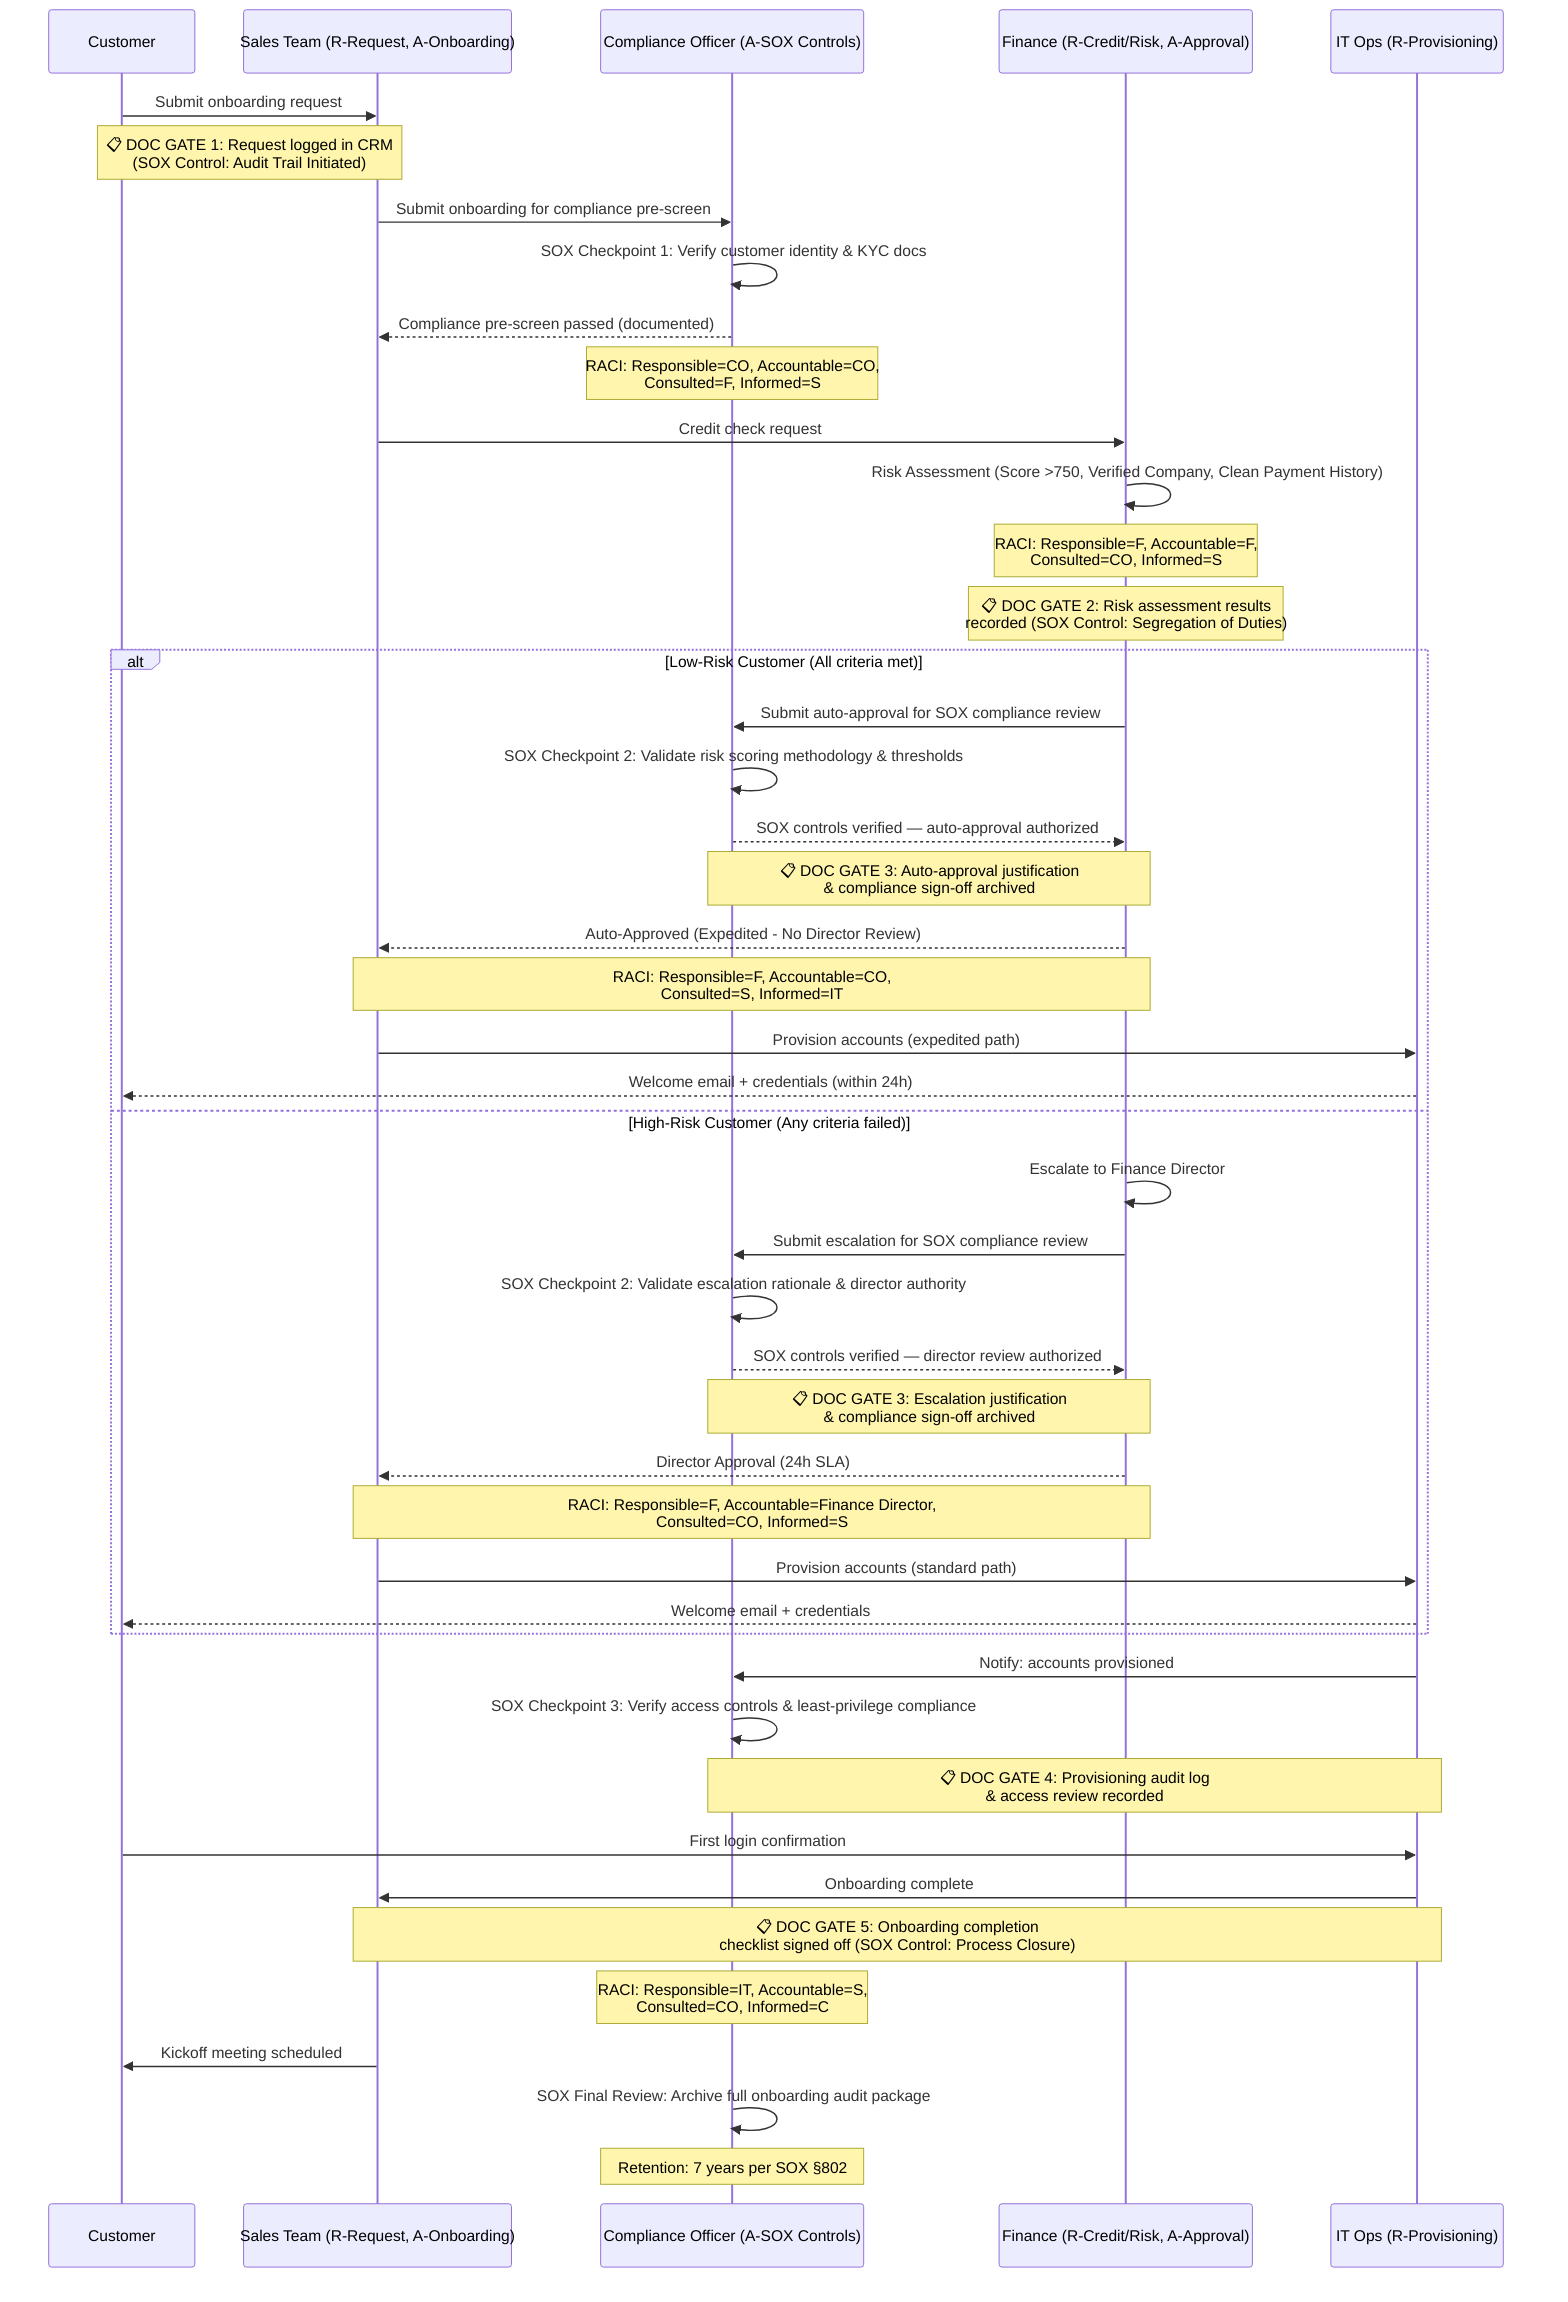
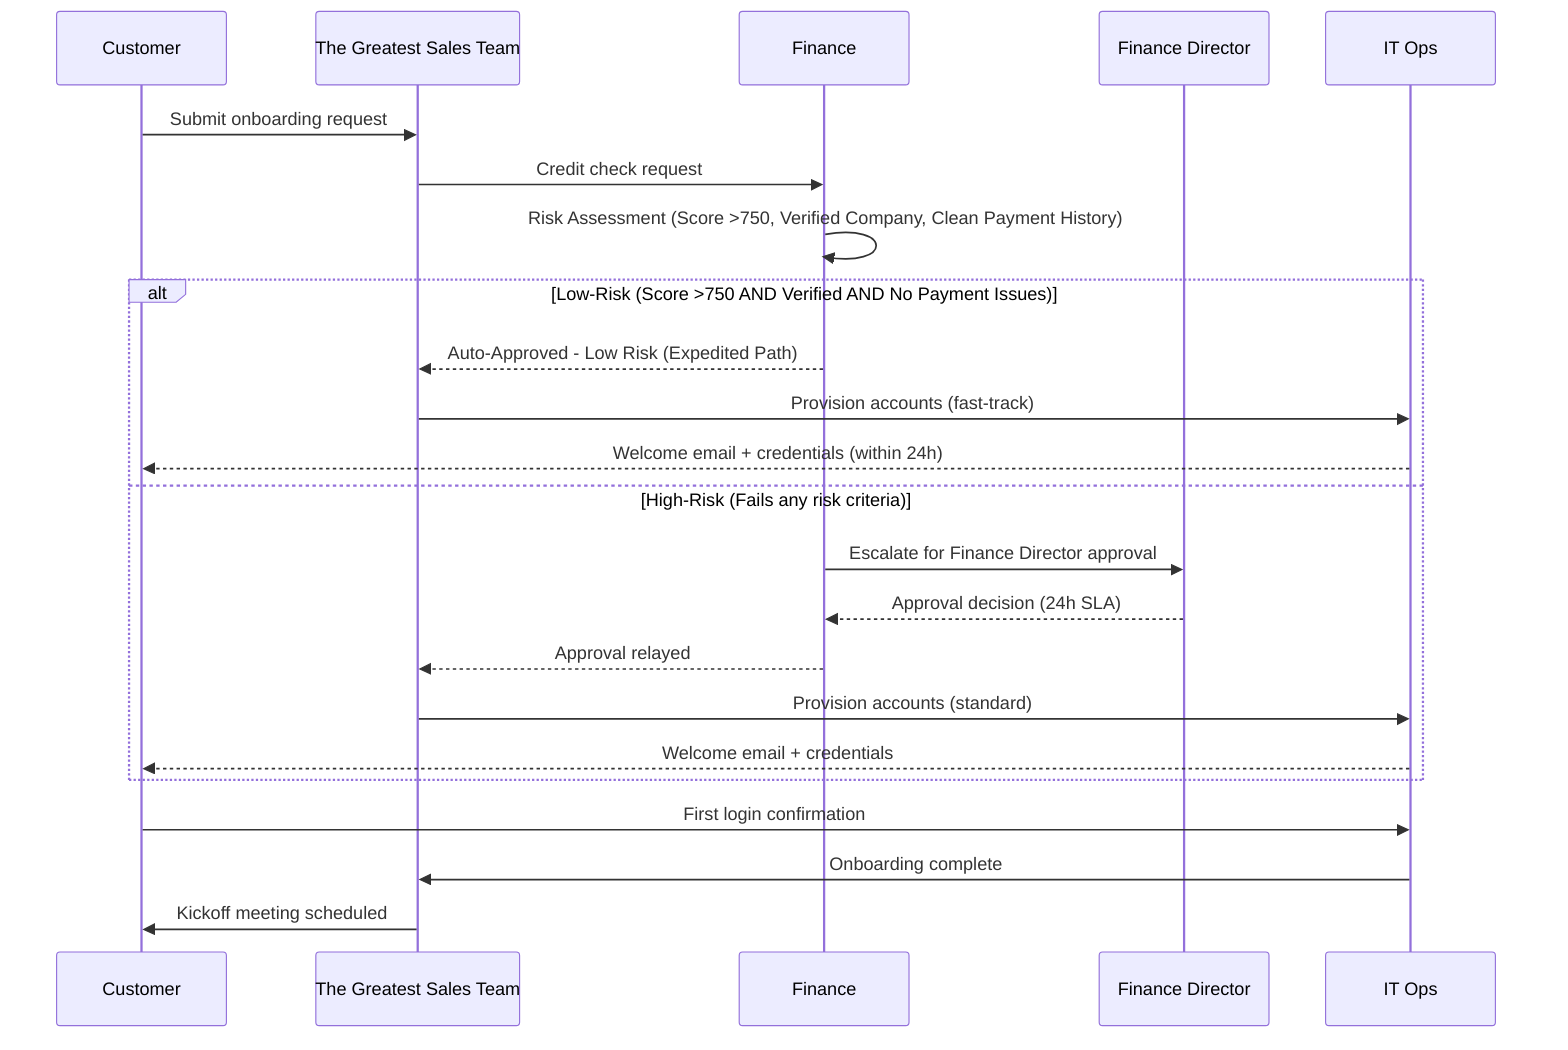
sequenceDiagram
    participant C as Customer
-     participant S as Sales Team (R-Request, A-Onboarding)
-     participant CO as Compliance Officer (A-SOX Controls)
-     participant F as Finance (R-Credit/Risk, A-Approval)
-     participant IT as IT Ops (R-Provisioning)
+     participant S as The Greatest Sales Team
+     participant F as Finance
+     participant FD as Finance Director
+     participant IT as IT Ops

    C->>S: Submit onboarding request
+     S->>F: Credit check request
+     F->>F: Risk Assessment (Score >750, Verified Company, Clean Payment History)

-     %% ⚡ CHANGED SECTION - Documentation Gate 1: Request Intake
-     Note over C,S: 📋 DOC GATE 1: Request logged in CRM<br/>(SOX Control: Audit Trail Initiated)
-     S->>CO: Submit onboarding for compliance pre-screen
-     CO->>CO: SOX Checkpoint 1: Verify customer identity & KYC docs
-     CO-->>S: Compliance pre-screen passed (documented)
-     Note over CO: RACI: Responsible=CO, Accountable=CO,<br/>Consulted=F, Informed=S
-     %% ⚡ END CHANGED SECTION
- 
-     S->>F: Credit check request
- 
-     %% ⚡ CHANGED SECTION - Risk assessment with SOX controls and expedited path
-     F->>F: Risk Assessment (Score >750, Verified Company, Clean Payment History)
-     Note over F: RACI: Responsible=F, Accountable=F,<br/>Consulted=CO, Informed=S
- 
-     Note over F: 📋 DOC GATE 2: Risk assessment results<br/>recorded (SOX Control: Segregation of Duties)
- 
-     alt Low-Risk Customer (All criteria met)
-         F->>CO: Submit auto-approval for SOX compliance review
-         CO->>CO: SOX Checkpoint 2: Validate risk scoring methodology & thresholds
-         CO-->>F: SOX controls verified — auto-approval authorized
-         Note over CO,F: 📋 DOC GATE 3: Auto-approval justification<br/>& compliance sign-off archived
-         F-->>S: Auto-Approved (Expedited - No Director Review)
-         Note over F,S: RACI: Responsible=F, Accountable=CO,<br/>Consulted=S, Informed=IT
-         S->>IT: Provision accounts (expedited path)
+     %% ⚡ CHANGED SECTION - Expedited path for low-risk customers
+     alt Low-Risk (Score >750 AND Verified AND No Payment Issues)
+         F-->>S: Auto-Approved - Low Risk (Expedited Path)
+         S->>IT: Provision accounts (fast-track)
        IT-->>C: Welcome email + credentials (within 24h)
-     else High-Risk Customer (Any criteria failed)
-         F->>F: Escalate to Finance Director
-         F->>CO: Submit escalation for SOX compliance review
-         CO->>CO: SOX Checkpoint 2: Validate escalation rationale & director authority
-         CO-->>F: SOX controls verified — director review authorized
-         Note over CO,F: 📋 DOC GATE 3: Escalation justification<br/>& compliance sign-off archived
-         F-->>S: Director Approval (24h SLA)
-         Note over F,S: RACI: Responsible=F, Accountable=Finance Director,<br/>Consulted=CO, Informed=S
-         S->>IT: Provision accounts (standard path)
+     else High-Risk (Fails any risk criteria)
+         F->>FD: Escalate for Finance Director approval
+         FD-->>F: Approval decision (24h SLA)
+         F-->>S: Approval relayed
+         S->>IT: Provision accounts (standard)
        IT-->>C: Welcome email + credentials
    end
    %% ⚡ END CHANGED SECTION

-     %% ⚡ CHANGED SECTION - Post-provisioning SOX checkpoint and final documentation
-     IT->>CO: Notify: accounts provisioned
-     CO->>CO: SOX Checkpoint 3: Verify access controls & least-privilege compliance
-     Note over CO,IT: 📋 DOC GATE 4: Provisioning audit log<br/>& access review recorded
- 
    C->>IT: First login confirmation
    IT->>S: Onboarding complete
- 
-     Note over S,IT: 📋 DOC GATE 5: Onboarding completion<br/>checklist signed off (SOX Control: Process Closure)
-     Note over CO: RACI: Responsible=IT, Accountable=S,<br/>Consulted=CO, Informed=C
- 
    S->>C: Kickoff meeting scheduled
-     CO->>CO: SOX Final Review: Archive full onboarding audit package
-     Note over CO: Retention: 7 years per SOX §802
-     %% ⚡ END CHANGED SECTION

%% EXPLANATION:
- %% Added a Compliance Officer participant who performs three SOX checkpoints: (1) KYC/identity pre-screen before credit check, (2) validation of risk scoring or escalation rationale within both alt paths, and (3) post-provisioning access control review. Five documentation gates (DOC GATE 1–5) are placed at request intake, risk assessment recording, approval/escalation justification, provisioning audit logging, and onboarding closure. RACI labels are annotated at each major decision point identifying Responsible, Accountable, Consulted, and Informed roles. The original risk-based routing logic (credit score >750, verified company, clean payment history) and expedited/standard paths are fully preserved.+ %% Added a Finance Director participant and a risk assessment step after the credit check. Introduced an alt/else block: low-risk customers (credit score >750, verified company status, clean payment history) are auto-approved and fast-tracked directly to account provisioning, while high-risk customers are escalated to the Finance Director for manual approval before proceeding through the standard workflow.